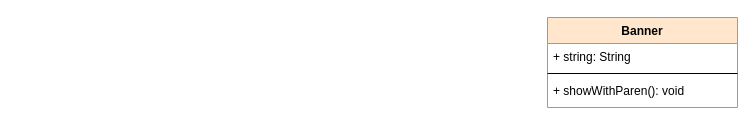
The draw.io diagram strucural-adapter(delegate).drawio in xujiuhua/draw, before the edit. Source tidied: cells renumbered, new cells numbered last; positions are measured from the earlier drawing's top-left corner, leaving out a move shared by most shapes. Both pictures are drawn from the tidied source at 100%, with x=0, y=0 at pixel (547, 17).
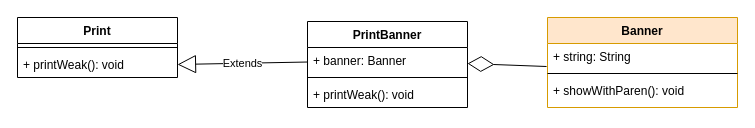
After the change.

Change to the diagram source:
```diff
@@
 <mxGraphModel>
   <root>
     <mxCell id="0" />
     <mxCell id="1" parent="0" />
     <mxCell id="2" value="Banner" style="swimlane;fontStyle=1;align=center;verticalAlign=top;horizontal=1;startSize=26;fillColor=#ffe6cc;strokeColor=#d79b00;" parent="1" vertex="1">
       <mxGeometry width="190" height="90" as="geometry" />
     </mxCell>
     <mxCell id="3" value="+ string: String" style="text;strokeColor=none;fillColor=none;align=left;verticalAlign=top;spacingLeft=4;spacingRight=4;overflow=hidden;points=[[0,0.5],[1,0.5]];portConstraint=eastwest;" parent="2" vertex="1">
       <mxGeometry y="26" width="190" height="26" as="geometry" />
     </mxCell>
     <mxCell id="4" style="line;strokeWidth=1;fillColor=none;align=left;verticalAlign=middle;spacingTop=-1;spacingLeft=3;spacingRight=3;labelPosition=right;" parent="2" vertex="1">
       <mxGeometry y="52" width="190" height="8" as="geometry" />
     </mxCell>
     <mxCell id="5" value="+ showWithParen(): void" style="text;strokeColor=none;fillColor=none;align=left;verticalAlign=top;spacingLeft=4;spacingRight=4;overflow=hidden;" parent="2" vertex="1">
       <mxGeometry y="60" width="190" height="30" as="geometry" />
     </mxCell>
+    <mxCell id="6" value="Print&#10;" style="swimlane;fontStyle=1;align=center;verticalAlign=top;horizontal=1;startSize=26;" parent="1" vertex="1">
+      <mxGeometry x="-530" width="160" height="60" as="geometry" />
+    </mxCell>
+    <mxCell id="7" style="line;strokeWidth=1;fillColor=none;align=left;verticalAlign=middle;spacingTop=-1;spacingLeft=3;spacingRight=3;labelPosition=right;" parent="6" vertex="1">
+      <mxGeometry y="26" width="160" height="8" as="geometry" />
+    </mxCell>
+    <mxCell id="8" value="+ printWeak(): void" style="text;strokeColor=none;fillColor=none;align=left;verticalAlign=top;spacingLeft=4;spacingRight=4;overflow=hidden;points=[[0,0.5],[1,0.5]];portConstraint=eastwest;" parent="6" vertex="1">
+      <mxGeometry y="34" width="160" height="26" as="geometry" />
+    </mxCell>
+    <mxCell id="9" value="PrintBanner" style="swimlane;fontStyle=1;align=center;verticalAlign=top;horizontal=1;startSize=26;" parent="1" vertex="1">
+      <mxGeometry x="-240" y="4" width="160" height="86" as="geometry" />
+    </mxCell>
+    <mxCell id="10" value="+ banner: Banner" style="text;strokeColor=none;fillColor=none;align=left;verticalAlign=top;spacingLeft=4;spacingRight=4;overflow=hidden;points=[[0,0.5],[1,0.5]];portConstraint=eastwest;" parent="9" vertex="1">
+      <mxGeometry y="26" width="160" height="26" as="geometry" />
+    </mxCell>
+    <mxCell id="11" style="line;strokeWidth=1;fillColor=none;align=left;verticalAlign=middle;spacingTop=-1;spacingLeft=3;spacingRight=3;labelPosition=right;" parent="9" vertex="1">
+      <mxGeometry y="52" width="160" height="8" as="geometry" />
+    </mxCell>
+    <mxCell id="12" value="+ printWeak(): void" style="text;strokeColor=none;fillColor=none;align=left;verticalAlign=top;spacingLeft=4;spacingRight=4;overflow=hidden;" parent="9" vertex="1">
+      <mxGeometry y="60" width="160" height="26" as="geometry" />
+    </mxCell>
+    <mxCell id="13" style="endArrow=diamondThin;endFill=0;endSize=24;html=1;exitX=-0.005;exitY=0.885;exitDx=0;exitDy=0;exitPerimeter=0;" parent="1" edge="1" source="3" target="10">
+      <mxGeometry relative="1" as="geometry" />
+    </mxCell>
+    <mxCell id="14" value="Extends" style="endArrow=block;endSize=16;endFill=0;html=1;entryX=1;entryY=0.5;entryDx=0;entryDy=0;" parent="1" edge="1" source="10" target="8">
+      <mxGeometry relative="1" as="geometry" />
+    </mxCell>
   </root>
 </mxGraphModel>
```
